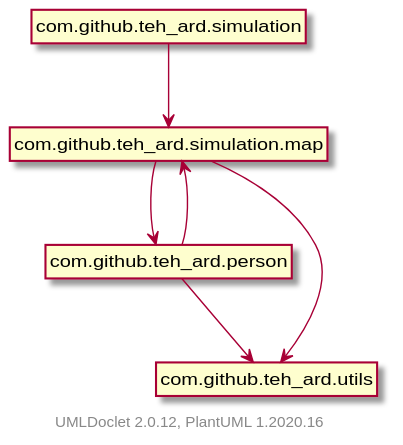
Above: apidocs/package-dependencies.svg in teh-ARD/virsus_sim (PlantUML), before the change.
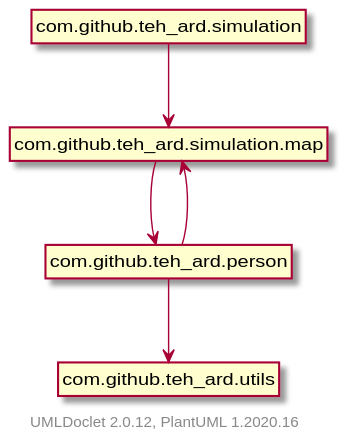
The same diagram one commit later.

Change to the diagram source:
```diff
@@ -6,7 +6,6 @@
 
     com.github.teh_ard.simulation --> com.github.teh_ard.simulation.map
     com.github.teh_ard.simulation.map --> com.github.teh_ard.person
-    com.github.teh_ard.simulation.map --> com.github.teh_ard.utils
     com.github.teh_ard.person --> com.github.teh_ard.simulation.map
     com.github.teh_ard.person --> com.github.teh_ard.utils
 
```
